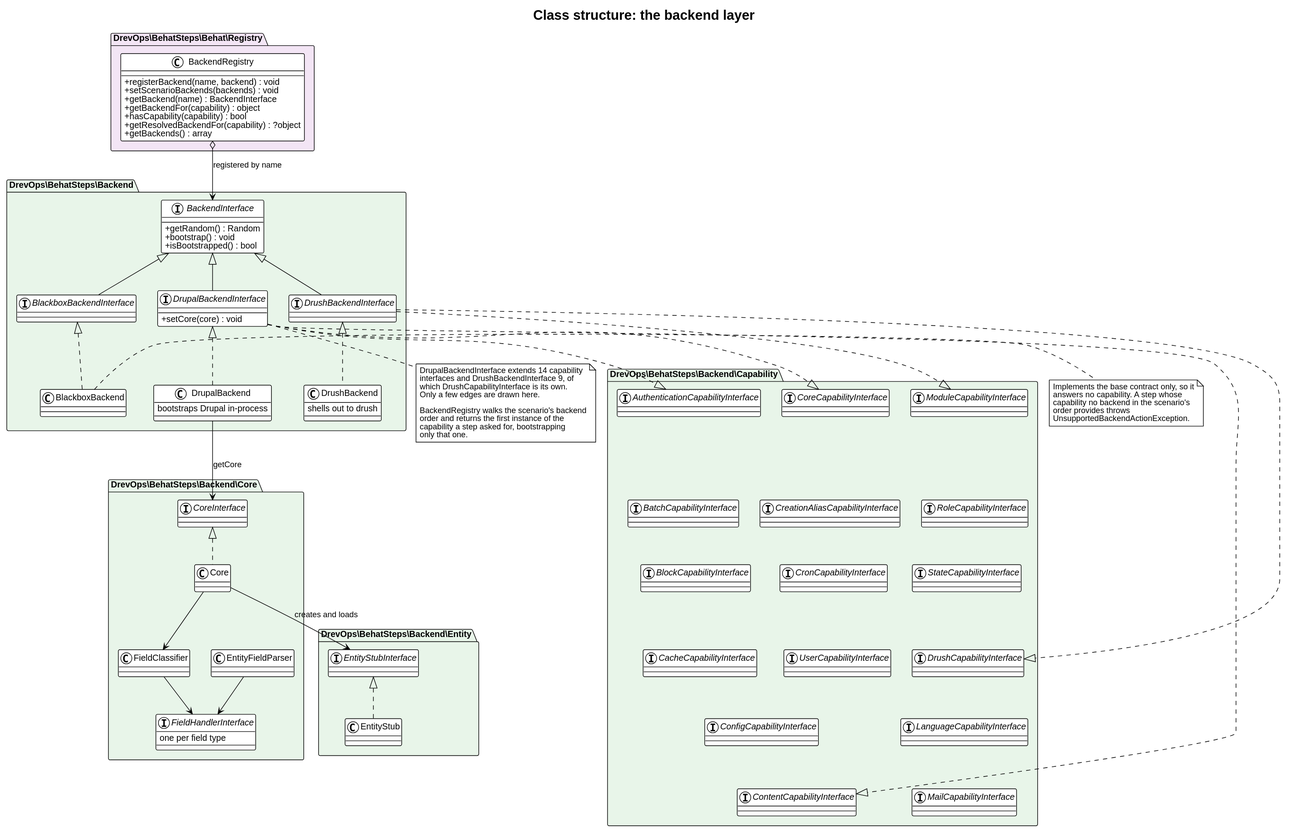
The PlantUML diagram docs/architecture/class-backends.svg in drevops/behat-steps, before a commit.
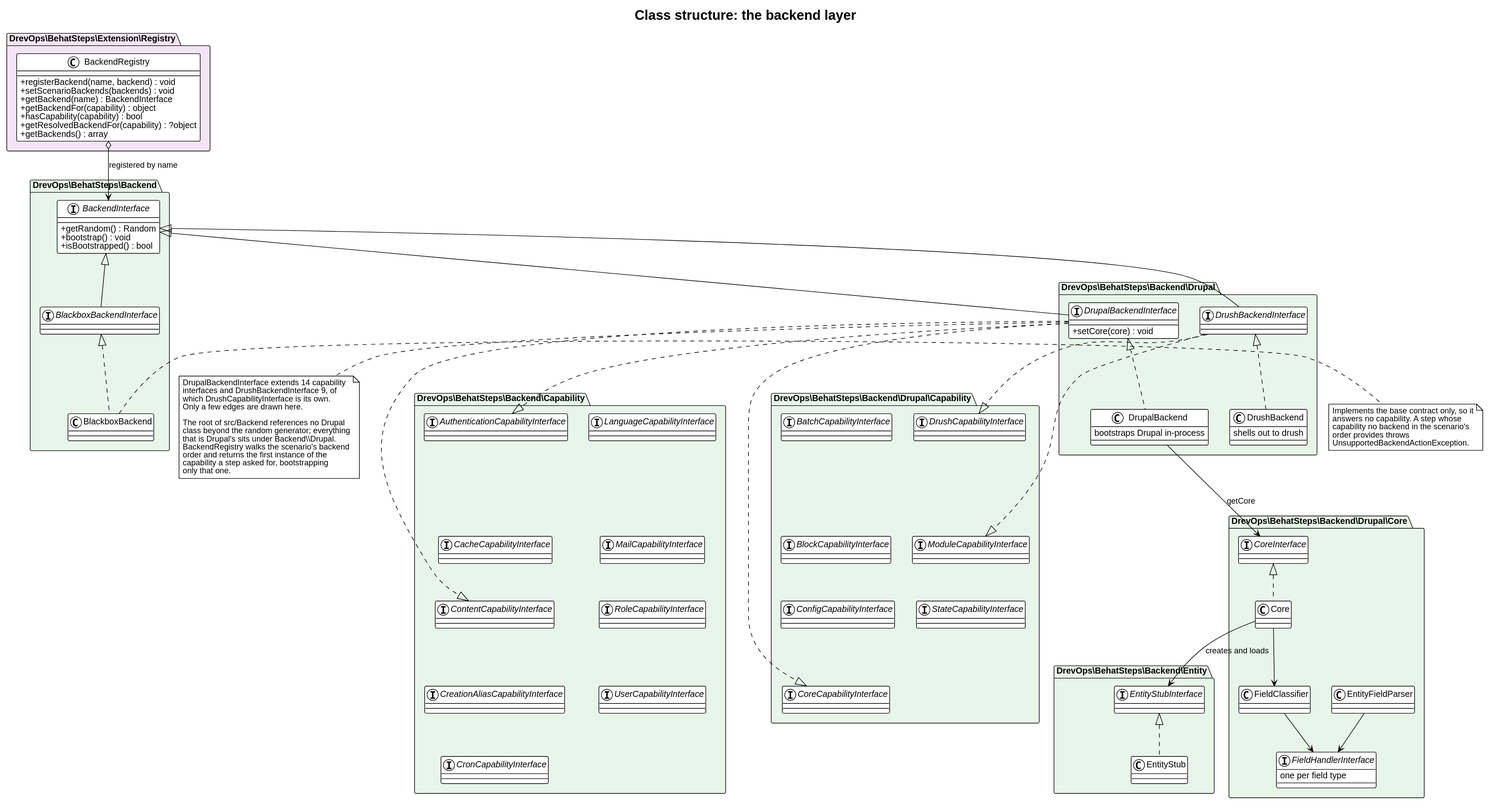
After the change.

The edit, as a diff of the source:
```diff
@@ -6,7 +6,7 @@
 skinparam classAttributeIconSize 0
 title Class structure: the backend layer
 
-package "DrevOps\\BehatSteps\\Behat\\Registry" #F3E5F5 {
+package "DrevOps\\BehatSteps\\Extension\\Registry" #F3E5F5 {
   class BackendRegistry {
     +registerBackend(name, backend) : void
     +setScenarioBackends(backends) : void
@@ -19,7 +19,6 @@
 }
 
 package "DrevOps\\BehatSteps\\Backend" #E8F5E9 {
-
   interface BackendInterface {
     +getRandom() : Random
     +bootstrap() : void
@@ -27,12 +26,39 @@
   }
 
   interface BlackboxBackendInterface
+  class BlackboxBackend
+
+  BackendInterface <|-- BlackboxBackendInterface
+  BlackboxBackendInterface <|.. BlackboxBackend
+}
+
+package "DrevOps\\BehatSteps\\Backend\\Capability" #E8F5E9 {
+  interface AuthenticationCapabilityInterface
+  interface CacheCapabilityInterface
+  interface ContentCapabilityInterface
+  interface CreationAliasCapabilityInterface
+  interface CronCapabilityInterface
+  interface LanguageCapabilityInterface
+  interface MailCapabilityInterface
+  interface RoleCapabilityInterface
+  interface UserCapabilityInterface
+
+  AuthenticationCapabilityInterface -[hidden]down- CacheCapabilityInterface
+  CacheCapabilityInterface -[hidden]down- ContentCapabilityInterface
+  ContentCapabilityInterface -[hidden]down- CreationAliasCapabilityInterface
+  CreationAliasCapabilityInterface -[hidden]down- CronCapabilityInterface
+
+  LanguageCapabilityInterface -[hidden]down- MailCapabilityInterface
+  MailCapabilityInterface -[hidden]down- RoleCapabilityInterface
+  RoleCapabilityInterface -[hidden]down- UserCapabilityInterface
+}
+
+package "DrevOps\\BehatSteps\\Backend\\Drupal" #E8F5E9 {
   interface DrupalBackendInterface {
     +setCore(core) : void
   }
   interface DrushBackendInterface
 
-  class BlackboxBackend
   class DrupalBackend {
     bootstraps Drupal in-process
   }
@@ -40,51 +66,28 @@
     shells out to drush
   }
 
-  BackendInterface <|-- BlackboxBackendInterface
-  BackendInterface <|-- DrupalBackendInterface
-  BackendInterface <|-- DrushBackendInterface
-
-  BlackboxBackendInterface <|.. BlackboxBackend
   DrupalBackendInterface <|.. DrupalBackend
   DrushBackendInterface <|.. DrushBackend
 }
 
-package "DrevOps\\BehatSteps\\Backend\\Capability" #E8F5E9 {
-  interface AuthenticationCapabilityInterface
+package "DrevOps\\BehatSteps\\Backend\\Drupal\\Capability" #E8F5E9 {
   interface BatchCapabilityInterface
   interface BlockCapabilityInterface
-  interface CacheCapabilityInterface
   interface ConfigCapabilityInterface
-  interface ContentCapabilityInterface
   interface CoreCapabilityInterface
-  interface CreationAliasCapabilityInterface
-  interface CronCapabilityInterface
   interface DrushCapabilityInterface
-  interface LanguageCapabilityInterface
-  interface MailCapabilityInterface
   interface ModuleCapabilityInterface
-  interface RoleCapabilityInterface
   interface StateCapabilityInterface
-  interface UserCapabilityInterface
 
-  AuthenticationCapabilityInterface -[hidden]down- BatchCapabilityInterface
   BatchCapabilityInterface -[hidden]down- BlockCapabilityInterface
-  BlockCapabilityInterface -[hidden]down- CacheCapabilityInterface
-  CacheCapabilityInterface -[hidden]down- ConfigCapabilityInterface
-  ConfigCapabilityInterface -[hidden]down- ContentCapabilityInterface
+  BlockCapabilityInterface -[hidden]down- ConfigCapabilityInterface
+  ConfigCapabilityInterface -[hidden]down- CoreCapabilityInterface
 
-  CoreCapabilityInterface -[hidden]down- CreationAliasCapabilityInterface
-  CreationAliasCapabilityInterface -[hidden]down- CronCapabilityInterface
-  CronCapabilityInterface -[hidden]down- DrushCapabilityInterface
-  DrushCapabilityInterface -[hidden]down- LanguageCapabilityInterface
-  LanguageCapabilityInterface -[hidden]down- MailCapabilityInterface
-
-  ModuleCapabilityInterface -[hidden]down- RoleCapabilityInterface
-  RoleCapabilityInterface -[hidden]down- StateCapabilityInterface
-  StateCapabilityInterface -[hidden]down- UserCapabilityInterface
+  DrushCapabilityInterface -[hidden]down- ModuleCapabilityInterface
+  ModuleCapabilityInterface -[hidden]down- StateCapabilityInterface
 }
 
-package "DrevOps\\BehatSteps\\Backend\\Core" #E8F5E9 {
+package "DrevOps\\BehatSteps\\Backend\\Drupal\\Core" #E8F5E9 {
   interface CoreInterface
   class Core
   interface FieldHandlerInterface {
@@ -107,6 +110,8 @@
 
 BackendRegistry o--> BackendInterface : registered by name
 
+BackendInterface <|-- DrupalBackendInterface
+BackendInterface <|-- DrushBackendInterface
 DrupalBackendInterface ..|> AuthenticationCapabilityInterface
 DrupalBackendInterface ..|> ContentCapabilityInterface
 DrupalBackendInterface ..|> CoreCapabilityInterface
@@ -130,6 +135,9 @@
   which DrushCapabilityInterface is its own.
   Only a few edges are drawn here.
 
+  The root of src/Backend references no Drupal
+  class beyond the random generator; everything
+  that is Drupal's sits under Backend\\Drupal.
   BackendRegistry walks the scenario's backend
   order and returns the first instance of the
   capability a step asked for, bootstrapping
```
